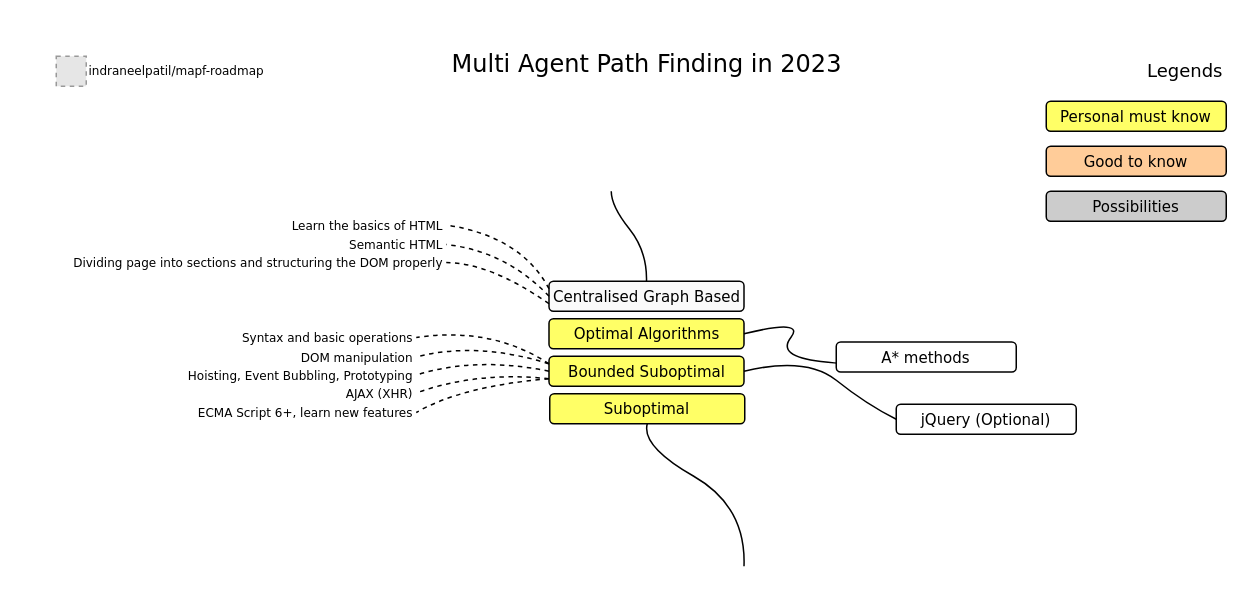
Before: roadmap.drawio in indraneelpatil/mapf-roadmap, a draw.io diagram. Source tidied: cells renumbered, new cells numbered last; positions are measured from the earlier drawing's top-left corner, leaving out a move shared by most shapes. Both pictures are drawn from the tidied source at 150%, with x=0, y=0 at pixel (26, 40). Pictures stored in the file or linked from it are replaced by grey dashed boxes.
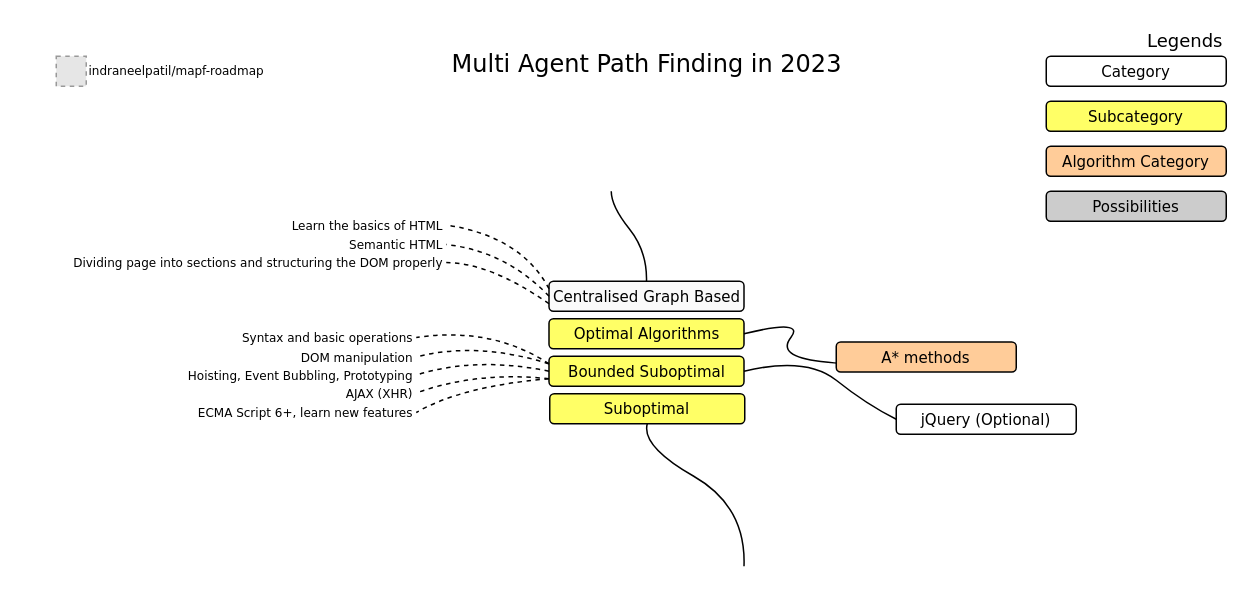
Above is the later version.

The edit, as a diff of the source:
```diff
@@
     <mxCell id="3" value="Legends" style="text;html=1;strokeColor=none;fillColor=none;align=right;verticalAlign=middle;whiteSpace=wrap;rounded=0;comic=0;fontFamily=Verdana;fontSize=12;" parent="1" vertex="1">
-      <mxGeometry x="720" y="10" width="80" height="20" as="geometry" />
+      <mxGeometry x="720" y="-10" width="80" height="20" as="geometry" />
     </mxCell>
-    <mxCell id="4" value="Personal must know" style="rounded=1;whiteSpace=wrap;html=1;comic=0;fontFamily=Verdana;fontSize=10;fillColor=#FFFF66;" parent="1" vertex="1">
+    <mxCell id="4" value="Subcategory" style="rounded=1;whiteSpace=wrap;html=1;comic=0;fontFamily=Verdana;fontSize=10;fillColor=#FFFF66;" parent="1" vertex="1">
       <mxGeometry x="680" y="40" width="120" height="20" as="geometry" />
     </mxCell>
-    <mxCell id="5" value="Good to know" style="rounded=1;whiteSpace=wrap;html=1;comic=0;fontFamily=Verdana;fontSize=10;fillColor=#FFCC99;" parent="1" vertex="1">
+    <mxCell id="5" value="Algorithm Category" style="rounded=1;whiteSpace=wrap;html=1;comic=0;fontFamily=Verdana;fontSize=10;fillColor=#FFCC99;" parent="1" vertex="1">
       <mxGeometry x="680" y="70" width="120" height="20" as="geometry" />
     </mxCell>
@@
-    <mxCell id="34" value="A* methods" style="rounded=1;whiteSpace=wrap;html=1;comic=0;fontFamily=Verdana;fontSize=10;fillColor=#ffffff;strokeColor=#000000;" parent="1" vertex="1">
+    <mxCell id="34" value="A* methods" style="rounded=1;whiteSpace=wrap;html=1;comic=0;fontFamily=Verdana;fontSize=10;fillColor=#ffcc99;strokeColor=#000000;" parent="1" vertex="1">
       <mxGeometry x="540" y="200.5" width="120" height="20" as="geometry" />
     </mxCell>
+    <mxCell id="35" value="Category" style="rounded=1;whiteSpace=wrap;html=1;comic=0;fontFamily=Verdana;fontSize=10;" parent="1" vertex="1">
+      <mxGeometry x="680" y="10" width="120" height="20" as="geometry" />
+    </mxCell>
```
